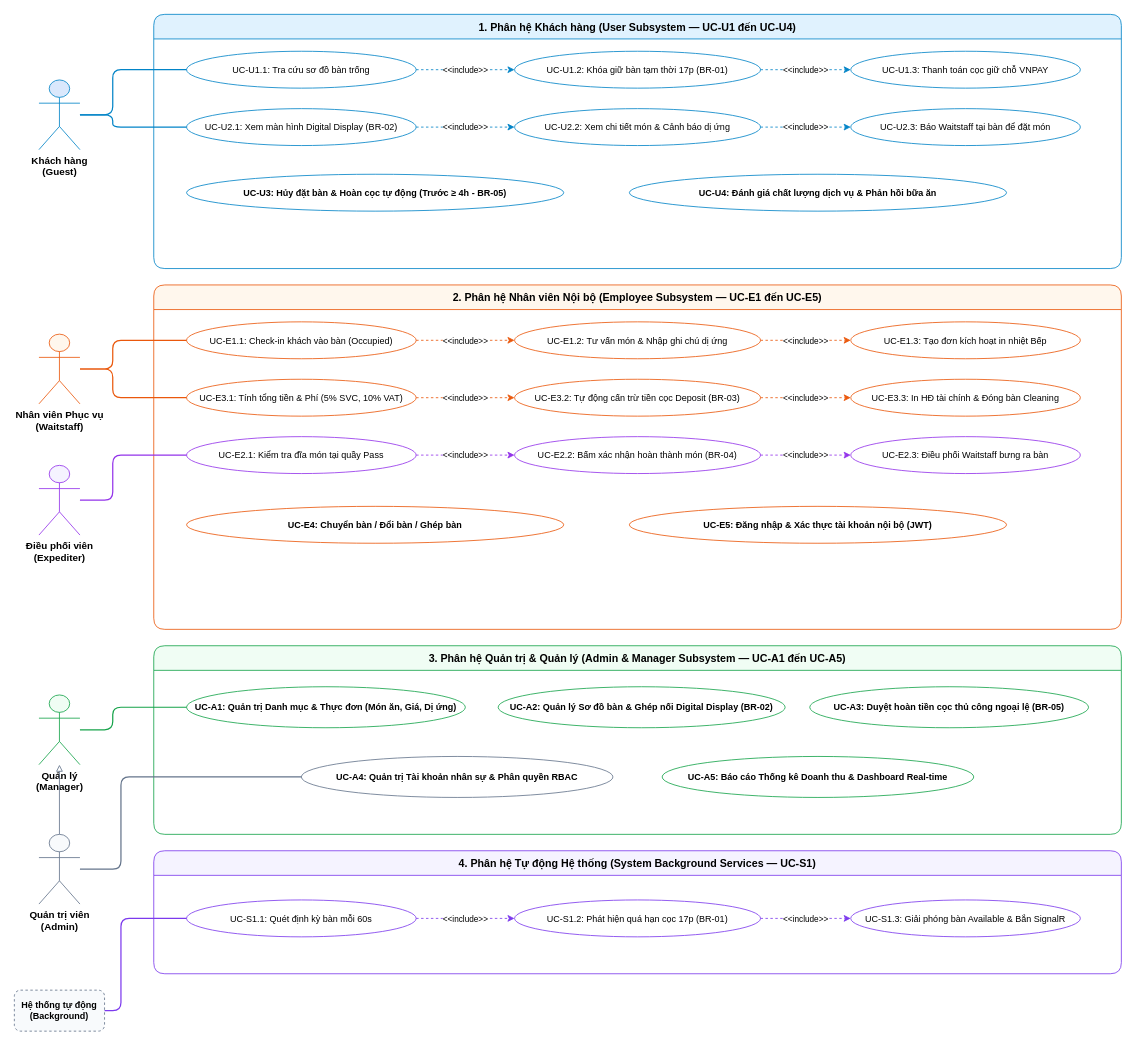
Above: docs/phase1/drawio/use_case_subsystems.drawio in AndrewQng/VinDining (draw.io), before the change. Source tidied: cells renumbered, new cells numbered last; positions are measured from the earlier drawing's top-left corner, leaving out a move shared by most shapes. Both pictures are drawn from the tidied source at 82%, with x=0, y=0 at pixel (14, 14).
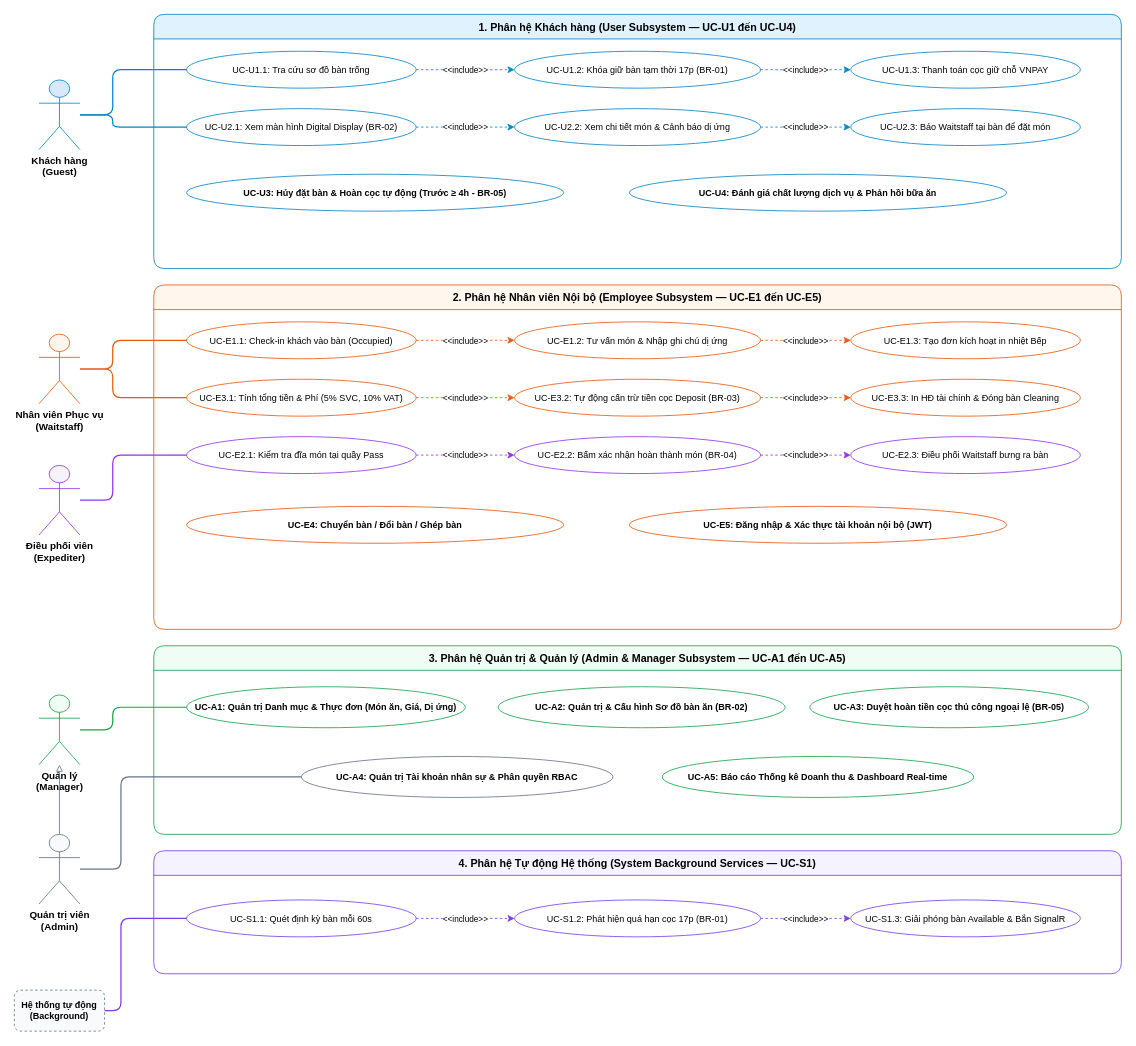
After the change.

The change refers to these unchanged cells:
```xml
<mxCell id="39" value="3. Phân hệ Quản trị &amp; Quản lý (Admin &amp; Manager Subsystem — UC-A1 đến UC-A5)" style="swimlane;startSize=30;fillColor=#f0fdf4;strokeColor=#16a34a;fontStyle=1;rounded=1;fontSize=13;" parent="1" vertex="1">
  <mxGeometry x="170" y="770" width="1180" height="230" as="geometry" />
</mxCell>
```

Change to the diagram source:
```diff
@@
-    <mxCell id="41" value="UC-A2: Quản lý Sơ đồ bàn &amp; Ghép nối Digital Display (BR-02)" style="ellipse;whiteSpace=wrap;html=1;fillColor=#ffffff;strokeColor=#16a34a;fontSize=11;fontStyle=1;" parent="39" vertex="1">
+    <mxCell id="41" value="UC-A2: Quản trị &amp; Cấu hình Sơ đồ bàn ăn (BR-02)" style="ellipse;whiteSpace=wrap;html=1;fillColor=#ffffff;strokeColor=#16a34a;fontSize=11;fontStyle=1;" parent="39" vertex="1">
       <mxGeometry x="420" y="50" width="350" height="50" as="geometry" />
     </mxCell>
```
